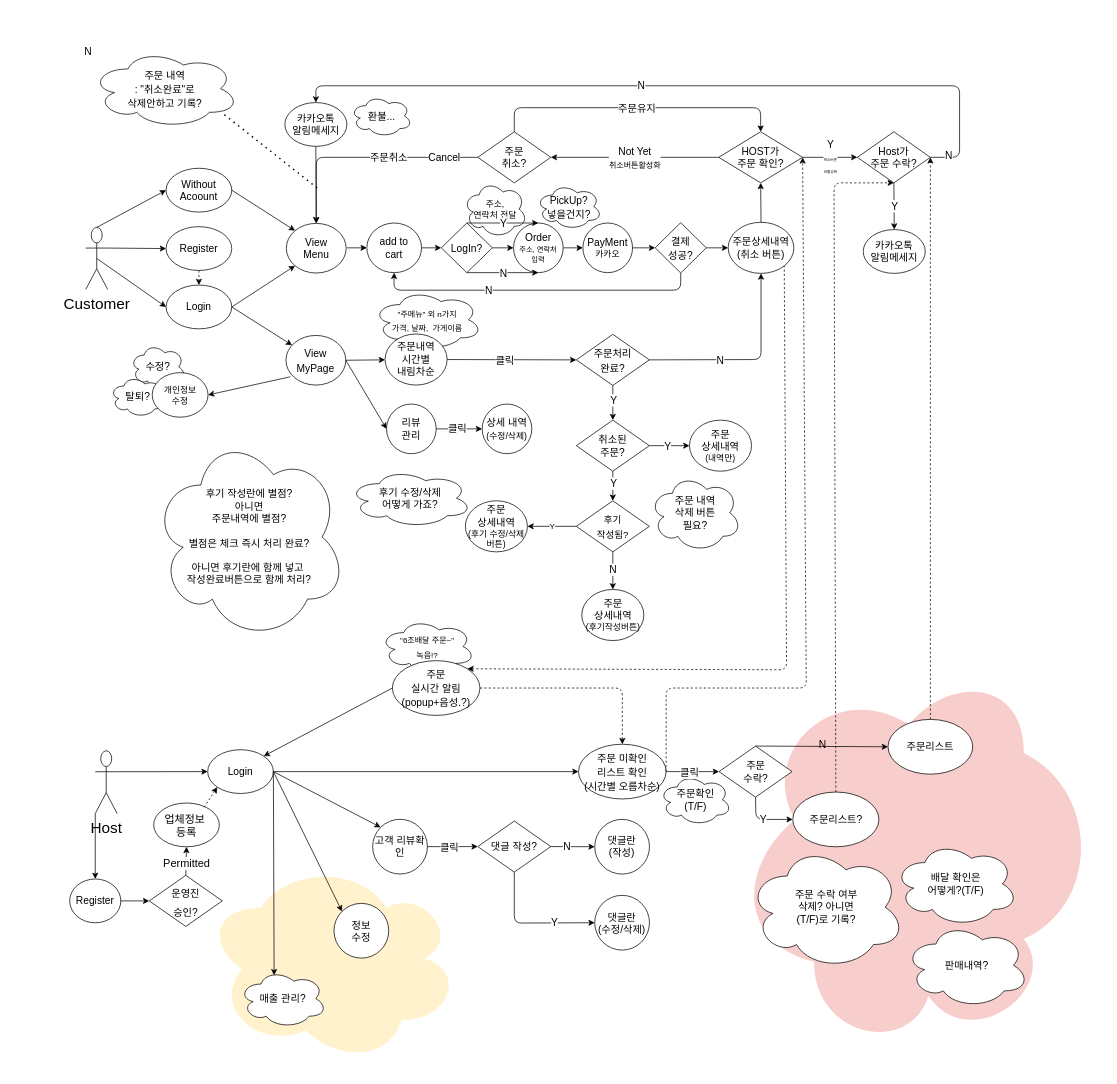
devjean1115/TestGit keeps this draw.io diagram as Untitled Diagram.drawio. Above is the earlier version. Source tidied: cells renumbered, new cells numbered last; positions are measured from the earlier drawing's top-left corner, leaving out a move shared by most shapes. Both pictures are drawn from the tidied source at 73%, with x=0, y=0 at pixel (69, 49).
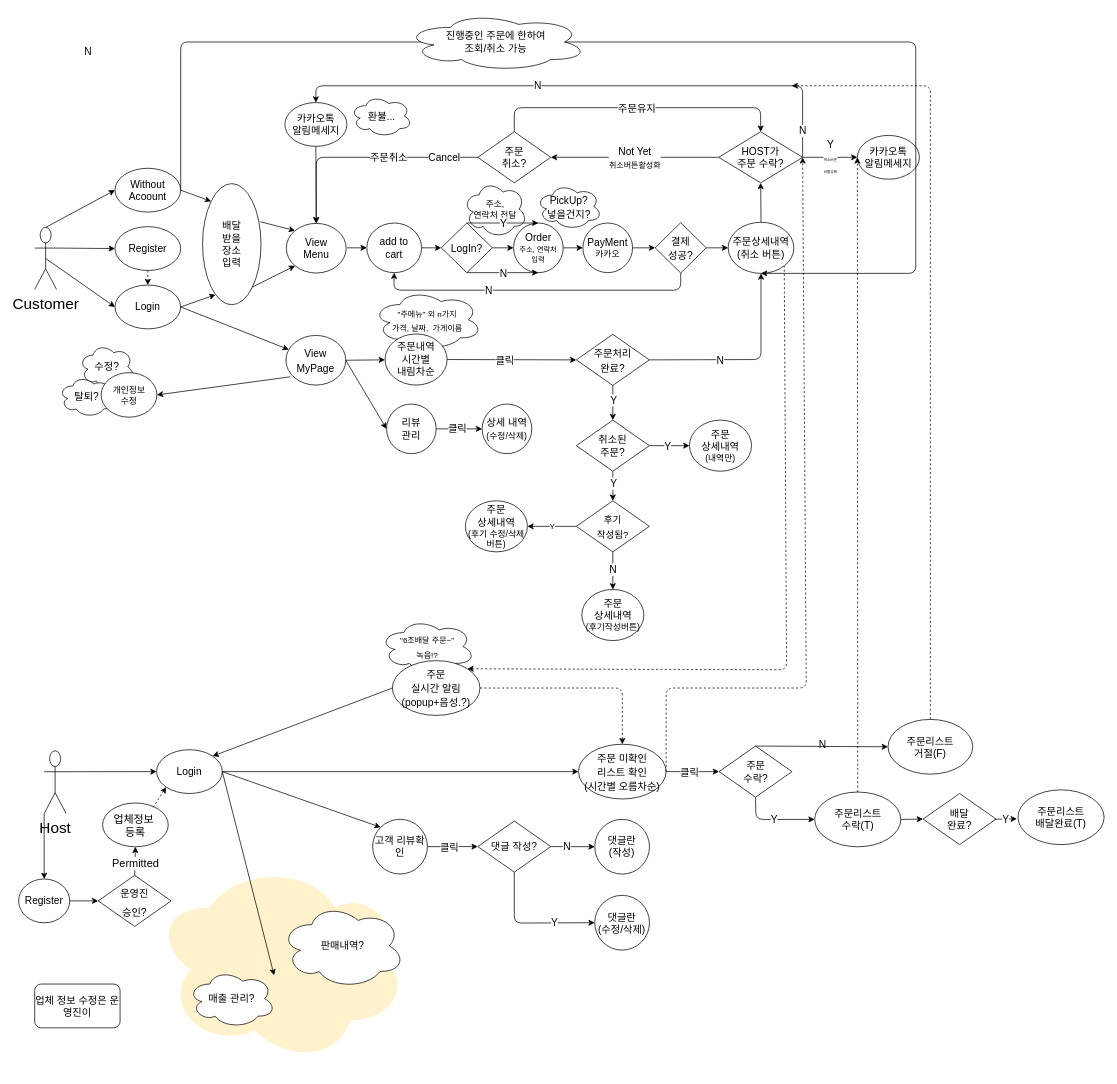
The same diagram, later.

The change refers to these unchanged cells:
```xml
<mxCell id="13" value="&lt;font style=&quot;font-size: 14px&quot;&gt;View&lt;br&gt;Menu&lt;/font&gt;" style="ellipse;whiteSpace=wrap;html=1;" parent="1" vertex="1">
  <mxGeometry x="296.7" y="238.5" width="82" height="68" as="geometry" />
</mxCell>
<mxCell id="26" value="&lt;font style=&quot;font-size: 14px&quot;&gt;주문상세내역&lt;br&gt;(취소 버튼)&lt;/font&gt;" style="ellipse;whiteSpace=wrap;html=1;" parent="1" vertex="1">
  <mxGeometry x="902" y="237" width="90" height="70" as="geometry" />
</mxCell>
<mxCell id="57" value="&lt;font style=&quot;font-size: 14px&quot;&gt;카카오톡 &lt;br&gt;알림메세지&lt;/font&gt;" style="ellipse;whiteSpace=wrap;html=1;" parent="1" vertex="1">
  <mxGeometry x="294.7" y="73" width="85" height="60" as="geometry" />
</mxCell>
```

Change to the diagram source:
```diff
@@
     <mxCell id="2" style="ellipse;shape=cloud;whiteSpace=wrap;html=1;labelBackgroundColor=none;fontSize=14;direction=west;fillColor=#fff2cc;strokeColor=none;" parent="1" vertex="1">
-      <mxGeometry x="192" y="1120" width="350" height="280" as="geometry" />
+      <mxGeometry x="122" y="1120" width="350" height="280" as="geometry" />
     </mxCell>
-    <mxCell id="3" style="ellipse;shape=cloud;whiteSpace=wrap;html=1;fontSize=14;fillColor=#f8cecc;strokeColor=none;direction=north;" parent="1" vertex="1">
-      <mxGeometry x="889" y="860" width="522.5" height="520" as="geometry" />
-    </mxCell>
-    <mxCell id="4" value="주문 수락 여부&lt;br&gt;삭제? 아니면&lt;br&gt;(T/F)로 기록?" style="ellipse;shape=cloud;whiteSpace=wrap;html=1;fontSize=14;" parent="1" vertex="1">
-      <mxGeometry x="929" y="1090" width="215" height="170.5" as="geometry" />
-    </mxCell>
-    <mxCell id="5" value="주문확인&lt;br&gt;(T/F)" style="ellipse;shape=cloud;whiteSpace=wrap;html=1;fontSize=14;" parent="1" vertex="1">
-      <mxGeometry x="807.5" y="993" width="99" height="70" as="geometry" />
-    </mxCell>
@@
-    <mxCell id="8" value="배달 확인은&lt;br&gt;어떻게?(T/F)" style="ellipse;shape=cloud;whiteSpace=wrap;html=1;fontSize=14;" parent="1" vertex="1">
-      <mxGeometry x="1129" y="1085" width="170" height="116.6" as="geometry" />
-    </mxCell>
-    <mxCell id="9" value="후기 작성란에 별점?&lt;br&gt;아니면&lt;br&gt;&amp;nbsp;주문내역에&amp;nbsp;별점?&amp;nbsp;&lt;br&gt;&lt;br&gt;별점은 체크 즉시 처리 완료?&lt;br&gt;&lt;br&gt;아니면 후기란에 함께 넣고&amp;nbsp;&lt;br&gt;작성완료버튼으로 함께 처리?" style="ellipse;shape=cloud;whiteSpace=wrap;html=1;fontSize=14;" parent="1" vertex="1">
-      <mxGeometry x="113" y="526" width="266" height="284" as="geometry" />
-    </mxCell>
     <mxCell id="10" value="&lt;font style=&quot;font-size: 14px&quot;&gt;수정?&lt;/font&gt;" style="ellipse;shape=cloud;whiteSpace=wrap;html=1;fontSize=10;" parent="1" vertex="1">
-      <mxGeometry x="82.8" y="403" width="76.2" height="64" as="geometry" />
+      <mxGeometry x="12.8" y="403" width="76.2" height="64" as="geometry" />
     </mxCell>
     <mxCell id="11" value="&lt;font style=&quot;font-size: 14px&quot;&gt;탈퇴?&lt;/font&gt;" style="ellipse;shape=cloud;whiteSpace=wrap;html=1;fontSize=10;" parent="1" vertex="1">
-      <mxGeometry x="55" y="447" width="77" height="57" as="geometry" />
+      <mxGeometry x="-15" y="447" width="77" height="57" as="geometry" />
     </mxCell>
@@
     <mxCell id="14" value="&lt;font style=&quot;font-size: 21px&quot;&gt;Customer&lt;/font&gt;" style="shape=umlActor;verticalLabelPosition=bottom;verticalAlign=top;html=1;outlineConnect=0;" parent="1" vertex="1">
-      <mxGeometry x="22" y="244" width="30" height="85" as="geometry" />
+      <mxGeometry x="-48" y="244" width="30" height="85" as="geometry" />
     </mxCell>
     <mxCell id="15" value="&lt;font style=&quot;font-size: 14px&quot;&gt;Register&lt;/font&gt;" style="ellipse;whiteSpace=wrap;html=1;" parent="1" vertex="1">
-      <mxGeometry x="132" y="243" width="90" height="60" as="geometry" />
+      <mxGeometry x="62" y="243" width="90" height="60" as="geometry" />
     </mxCell>
     <mxCell id="16" value="&lt;font style=&quot;font-size: 14px&quot;&gt;Login&lt;/font&gt;" style="ellipse;whiteSpace=wrap;html=1;" parent="1" vertex="1">
-      <mxGeometry x="132" y="323" width="90" height="60" as="geometry" />
+      <mxGeometry x="62" y="323" width="90" height="60" as="geometry" />
     </mxCell>
@@
-    <mxCell id="20" style="endArrow=classic;html=1;entryX=0;entryY=1;entryDx=0;entryDy=0;" parent="1" edge="1" target="13">
-      <mxGeometry relative="1" as="geometry">
-        <mxPoint x="222" y="353" as="sourcePoint" />
-      </mxGeometry>
-    </mxCell>
     <mxCell id="21" value="&lt;font style=&quot;font-size: 14px&quot;&gt;Without&lt;br&gt;Acoount&lt;/font&gt;" style="ellipse;whiteSpace=wrap;html=1;" parent="1" vertex="1">
-      <mxGeometry x="132" y="163" width="90" height="60" as="geometry" />
+      <mxGeometry x="62" y="163" width="90" height="60" as="geometry" />
     </mxCell>
@@
-    <mxCell id="23" style="endArrow=classic;html=1;exitX=1;exitY=0.5;exitDx=0;exitDy=0;entryX=0;entryY=0;entryDx=0;entryDy=0;" parent="1" edge="1" source="21" target="13">
+    <mxCell id="23" style="endArrow=classic;html=1;exitX=1;exitY=0.5;exitDx=0;exitDy=0;entryX=0;entryY=1;entryDx=0;entryDy=0;" parent="1" edge="1" source="21" target="148">
       <mxGeometry relative="1" as="geometry" />
     </mxCell>
@@
-    <mxCell id="27" value="&lt;font style=&quot;font-size: 14px&quot;&gt;HOST가&lt;br&gt;주문 확인?&lt;/font&gt;" style="rhombus;whiteSpace=wrap;html=1;" parent="1" vertex="1">
+    <mxCell id="27" value="&lt;font style=&quot;font-size: 14px&quot;&gt;HOST가&lt;br&gt;주문 수락?&lt;/font&gt;" style="rhombus;whiteSpace=wrap;html=1;" parent="1" vertex="1">
       <mxGeometry x="889" y="113" width="115" height="70" as="geometry" />
     </mxCell>
@@
     <mxCell id="33" value="Host&lt;br&gt;" style="shape=umlActor;verticalLabelPosition=bottom;verticalAlign=top;html=1;outlineConnect=0;fontSize=21;" parent="1" vertex="1">
-      <mxGeometry x="35" y="961" width="30" height="86" as="geometry" />
+      <mxGeometry x="-35" y="961" width="30" height="86" as="geometry" />
     </mxCell>
     <mxCell id="34" value="&lt;font style=&quot;font-size: 14px&quot;&gt;Register&lt;/font&gt;" style="ellipse;whiteSpace=wrap;html=1;" parent="1" vertex="1">
-      <mxGeometry y="1136.6" width="70" height="60" as="geometry" />
+      <mxGeometry x="-70" y="1136.6" width="70" height="60" as="geometry" />
     </mxCell>
     <mxCell id="35" value="&lt;font style=&quot;font-size: 14px&quot;&gt;Login&lt;/font&gt;" style="ellipse;whiteSpace=wrap;html=1;" parent="1" vertex="1">
-      <mxGeometry x="189" y="959.5" width="90" height="60" as="geometry" />
+      <mxGeometry x="119" y="959.5" width="90" height="60" as="geometry" />
     </mxCell>
@@
     <mxCell id="37" value="&lt;font style=&quot;font-size: 14px ; line-height: 120%&quot;&gt;운영진&lt;br&gt;승인?&lt;/font&gt;" style="rhombus;whiteSpace=wrap;html=1;fontSize=21;" parent="1" vertex="1">
-      <mxGeometry x="109" y="1131.6" width="100" height="70" as="geometry" />
+      <mxGeometry x="39" y="1131.6" width="100" height="70" as="geometry" />
     </mxCell>
@@
     <mxCell id="41" value="업체정보&amp;nbsp;&lt;br&gt;등록" style="ellipse;whiteSpace=wrap;html=1;fontSize=15;" parent="1" vertex="1">
-      <mxGeometry x="115" y="1032.5" width="90" height="60" as="geometry" />
+      <mxGeometry x="45" y="1032.5" width="90" height="60" as="geometry" />
     </mxCell>
@@
-    <mxCell id="46" value="&lt;font style=&quot;font-size: 14px&quot;&gt;Y&lt;/font&gt;&lt;br&gt;&lt;font style=&quot;font-size: 5px&quot;&gt;&lt;font style=&quot;font-size: 5px&quot;&gt;취소버튼 &lt;br&gt;비활성화&lt;/font&gt;&lt;/font&gt;" style="endArrow=classic;html=1;fontSize=14;exitX=1;exitY=0.5;exitDx=0;exitDy=0;entryX=0;entryY=0.5;entryDx=0;entryDy=0;" parent="1" edge="1" source="27" target="47">
-      <mxGeometry relative="1" as="geometry" />
+    <mxCell id="46" value="&lt;font style=&quot;font-size: 14px&quot;&gt;Y&lt;/font&gt;&lt;br&gt;&lt;font style=&quot;font-size: 5px&quot;&gt;&lt;font style=&quot;font-size: 5px&quot;&gt;취소버튼 &lt;br&gt;비활성화&lt;/font&gt;&lt;/font&gt;" style="endArrow=classic;html=1;fontSize=14;exitX=1;exitY=0.5;exitDx=0;exitDy=0;entryX=0;entryY=0.5;entryDx=0;entryDy=0;" parent="1" edge="1" source="27">
+      <mxGeometry relative="1" as="geometry">
+        <mxPoint x="1079" y="148" as="targetPoint" />
+      </mxGeometry>
     </mxCell>
-    <mxCell id="47" value="&lt;font style=&quot;font-size: 14px&quot;&gt;Host가&lt;br&gt;주문 수락?&lt;/font&gt;" style="rhombus;whiteSpace=wrap;html=1;" parent="1" vertex="1">
-      <mxGeometry x="1079" y="113" width="100" height="70" as="geometry" />
-    </mxCell>
@@
-    <mxCell id="50" style="endArrow=classic;html=1;fontSize=14;exitX=0.5;exitY=1;exitDx=0;exitDy=0;" parent="1" edge="1" source="47" target="52">
-      <mxGeometry relative="1" as="geometry" />
-    </mxCell>
-    <mxCell id="51" value="Y" style="edgeLabel;html=1;align=center;verticalAlign=middle;fontSize=14;" parent="50" vertex="1">
-      <mxGeometry relative="1" as="geometry" />
-    </mxCell>
     <mxCell id="52" value="&lt;font style=&quot;font-size: 14px&quot;&gt;카카오톡 &lt;br&gt;알림메세지&lt;/font&gt;" style="ellipse;whiteSpace=wrap;html=1;" parent="1" vertex="1">
-      <mxGeometry x="1087" y="247" width="85" height="60" as="geometry" />
+      <mxGeometry x="1079" y="118" width="85" height="60" as="geometry" />
     </mxCell>
-    <mxCell id="53" style="endArrow=classic;html=1;fontSize=14;edgeStyle=orthogonalEdgeStyle;entryX=0.5;entryY=0;entryDx=0;entryDy=0;exitX=1;exitY=0.5;exitDx=0;exitDy=0;" parent="1" edge="1" source="47" target="57">
+    <mxCell id="53" style="endArrow=classic;html=1;fontSize=14;edgeStyle=orthogonalEdgeStyle;entryX=0.5;entryY=0;entryDx=0;entryDy=0;exitX=1;exitY=0.5;exitDx=0;exitDy=0;" parent="1" edge="1" source="27" target="57">
       <mxGeometry relative="1" as="geometry">
         <Array as="points">
-          <mxPoint x="1219" y="50" />
+          <mxPoint x="1004" y="50" />
           <mxPoint x="337" y="50" />
         </Array>
       </mxGeometry>
     </mxCell>
@@
     <mxCell id="55" value="N" style="edgeLabel;html=1;align=center;verticalAlign=middle;fontSize=14;" parent="53" vertex="1">
       <mxGeometry x="-0.92" y="9" relative="1" as="geometry">
-        <mxPoint x="-7" y="-1" as="offset" />
+        <mxPoint x="8" y="-4.4" as="offset" />
       </mxGeometry>
     </mxCell>
@@
-    <mxCell id="85" value="&lt;span style=&quot;font-size: 14px&quot;&gt;주문 내역 &lt;br&gt;: &quot;취소완료&quot;로&lt;br&gt;삭제안하고 기록?&lt;br&gt;&lt;/span&gt;" style="ellipse;shape=cloud;whiteSpace=wrap;html=1;fontSize=16;" parent="1" vertex="1">
-      <mxGeometry x="29" width="203" height="108" as="geometry" />
-    </mxCell>
-    <mxCell id="86" style="endArrow=none;dashed=1;html=1;dashPattern=1 3;strokeWidth=2;fontSize=16;entryX=0.882;entryY=0.802;entryDx=0;entryDy=0;entryPerimeter=0;" parent="1" edge="1" target="85">
-      <mxGeometry relative="1" as="geometry">
-        <mxPoint x="339" y="190" as="sourcePoint" />
-      </mxGeometry>
-    </mxCell>
@@
     <mxCell id="95" value="개인정보&lt;br&gt;수정" style="ellipse;whiteSpace=wrap;html=1;" parent="1" vertex="1">
-      <mxGeometry x="113" y="443" width="76.5" height="61" as="geometry" />
+      <mxGeometry x="43" y="443" width="76.5" height="61" as="geometry" />
     </mxCell>
@@
-    <mxCell id="107" value="주문 내역 &lt;br&gt;삭제 버튼&lt;br&gt;필요?" style="ellipse;shape=cloud;whiteSpace=wrap;html=1;fontSize=14;" parent="1" vertex="1">
-      <mxGeometry x="794" y="581.5" width="126" height="107" as="geometry" />
-    </mxCell>
@@
-    <mxCell id="113" value="후기 수정/삭제&lt;br&gt;어떻게 가죠?" style="ellipse;shape=cloud;whiteSpace=wrap;html=1;fontSize=14;" parent="1" vertex="1">
-      <mxGeometry x="382" y="575" width="169" height="80" as="geometry" />
-    </mxCell>
@@
-    <mxCell id="122" style="endArrow=classic;html=1;fontSize=16;exitX=1;exitY=0.5;exitDx=0;exitDy=0;entryX=0.4;entryY=0.1;entryDx=0;entryDy=0;entryPerimeter=0;" parent="1" edge="1" source="35" target="125">
-      <mxGeometry relative="1" as="geometry" />
+    <mxCell id="122" style="endArrow=classic;html=1;fontSize=16;exitX=1;exitY=0.5;exitDx=0;exitDy=0;entryX=0.4;entryY=0.1;entryDx=0;entryDy=0;entryPerimeter=0;" parent="1" edge="1" source="35">
+      <mxGeometry relative="1" as="geometry">
+        <mxPoint x="280" y="1268.5" as="targetPoint" />
+      </mxGeometry>
     </mxCell>
-    <mxCell id="123" value="정보&lt;br&gt;수정" style="ellipse;whiteSpace=wrap;html=1;fontSize=14;" parent="1" vertex="1">
-      <mxGeometry x="362" y="1170" width="75" height="75" as="geometry" />
-    </mxCell>
-    <mxCell id="124" style="endArrow=classic;html=1;fontSize=14;entryX=0;entryY=0;entryDx=0;entryDy=0;exitX=1;exitY=0.5;exitDx=0;exitDy=0;" parent="1" edge="1" source="35" target="123">
-      <mxGeometry relative="1" as="geometry" />
-    </mxCell>
     <mxCell id="125" value="매출 관리?" style="ellipse;shape=cloud;whiteSpace=wrap;html=1;fontSize=14;" parent="1" vertex="1">
-      <mxGeometry x="232" y="1260.5" width="120" height="80" as="geometry" />
+      <mxGeometry x="162" y="1260.5" width="120" height="80" as="geometry" />
     </mxCell>
@@
-    <mxCell id="134" style="endArrow=classic;html=1;dashed=1;exitX=0.5;exitY=0;exitDx=0;exitDy=0;entryX=1;entryY=0.5;entryDx=0;entryDy=0;" parent="1" edge="1" source="139" target="47">
-      <mxGeometry relative="1" as="geometry" />
-    </mxCell>
@@
-    <mxCell id="138" value="주문리스트?" style="ellipse;whiteSpace=wrap;html=1;fontSize=14;" parent="1" vertex="1">
-      <mxGeometry x="990.5" y="1017.5" width="118" height="75" as="geometry" />
+    <mxCell id="138" value="주문리스트&lt;br&gt;수락(T)" style="ellipse;whiteSpace=wrap;html=1;fontSize=14;" parent="1" vertex="1">
+      <mxGeometry x="1020.5" y="1017.5" width="118" height="75" as="geometry" />
     </mxCell>
-    <mxCell id="139" value="주문리스트" style="ellipse;whiteSpace=wrap;html=1;fontSize=14;" parent="1" vertex="1">
+    <mxCell id="139" value="주문리스트&lt;br&gt;거절(F)" style="ellipse;whiteSpace=wrap;html=1;fontSize=14;" parent="1" vertex="1">
       <mxGeometry x="1121" y="918" width="116" height="75" as="geometry" />
     </mxCell>
     <mxCell id="140" value="판매내역?" style="ellipse;shape=cloud;whiteSpace=wrap;html=1;fontSize=14;" parent="1" vertex="1">
-      <mxGeometry x="1144" y="1196.6" width="170" height="116.6" as="geometry" />
+      <mxGeometry x="289" y="1170" width="170" height="116.6" as="geometry" />
     </mxCell>
-    <mxCell id="141" style="endArrow=classic;html=1;fontSize=16;dashed=1;exitX=0.5;exitY=0;exitDx=0;exitDy=0;entryX=0.5;entryY=1;entryDx=0;entryDy=0;" parent="1" edge="1" source="138" target="47">
-      <mxGeometry relative="1" as="geometry">
-        <Array as="points">
-          <mxPoint x="1047" y="183" />
-        </Array>
-      </mxGeometry>
+    <mxCell id="141" style="endArrow=classic;html=1;fontSize=16;dashed=1;exitX=0.5;exitY=0;exitDx=0;exitDy=0;entryX=0;entryY=0.5;entryDx=0;entryDy=0;" parent="1" edge="1" source="138" target="52">
+      <mxGeometry relative="1" as="geometry" />
     </mxCell>
@@
+    <mxCell id="143" style="endArrow=classic;html=1;fontSize=16;exitX=1;exitY=0.5;exitDx=0;exitDy=0;entryX=0;entryY=0.5;entryDx=0;entryDy=0;" parent="1" edge="1" target="144">
+      <mxGeometry relative="1" as="geometry">
+        <mxPoint x="1138.5" y="1055" as="sourcePoint" />
+      </mxGeometry>
+    </mxCell>
+    <mxCell id="144" value="&lt;span style=&quot;font-size: 14px&quot;&gt;배달&lt;br&gt;완료?&lt;br&gt;&lt;/span&gt;" style="rhombus;whiteSpace=wrap;html=1;" parent="1" vertex="1">
+      <mxGeometry x="1169" y="1019.5" width="100" height="70" as="geometry" />
+    </mxCell>
+    <mxCell id="145" value="주문리스트&lt;br&gt;배달완료(T)" style="ellipse;whiteSpace=wrap;html=1;fontSize=14;" parent="1" vertex="1">
+      <mxGeometry x="1299" y="1014.5" width="118" height="75" as="geometry" />
+    </mxCell>
+    <mxCell id="51" value="Y" style="endArrow=classic;html=1;fontSize=14;exitX=1;exitY=0.5;exitDx=0;exitDy=0;entryX=0;entryY=0.5;entryDx=0;entryDy=0;" parent="1" edge="1">
+      <mxGeometry relative="1" as="geometry">
+        <mxPoint x="1267" y="1054.8" as="sourcePoint" />
+        <mxPoint x="1297.5" y="1054.2" as="targetPoint" />
+      </mxGeometry>
+    </mxCell>
+    <mxCell id="146" style="endArrow=classic;html=1;fontSize=16;exitX=1;exitY=0.5;exitDx=0;exitDy=0;entryX=0.5;entryY=1;entryDx=0;entryDy=0;" parent="1" edge="1" source="21" target="26">
+      <mxGeometry relative="1" as="geometry">
+        <Array as="points">
+          <mxPoint x="152" y="-10" />
+          <mxPoint x="1159" y="-10" />
+          <mxPoint x="1159" y="307" />
+        </Array>
+      </mxGeometry>
+    </mxCell>
+    <mxCell id="147" value="진행중인 주문에 한하여&lt;br&gt;조회/취소 가능" style="ellipse;shape=cloud;whiteSpace=wrap;html=1;fontSize=14;" parent="1" vertex="1">
+      <mxGeometry x="459" y="-50" width="250" height="80" as="geometry" />
+    </mxCell>
+    <mxCell id="134" style="endArrow=classic;html=1;dashed=1;endFill=1;exitX=0.5;exitY=0;exitDx=0;exitDy=0;" parent="1" edge="1" source="139">
+      <mxGeometry relative="1" as="geometry">
+        <mxPoint x="989" y="50" as="targetPoint" />
+        <Array as="points">
+          <mxPoint x="1179" y="50" />
+        </Array>
+      </mxGeometry>
+    </mxCell>
+    <mxCell id="148" value="배달&lt;br&gt;받을&lt;br&gt;장소&lt;br&gt;입력" style="ellipse;whiteSpace=wrap;html=1;fontSize=14;direction=south;" parent="1" vertex="1">
+      <mxGeometry x="182" y="184" width="80" height="166" as="geometry" />
+    </mxCell>
+    <mxCell id="149" style="endArrow=classic;html=1;exitX=0.315;exitY=0.011;exitDx=0;exitDy=0;entryX=0;entryY=0;entryDx=0;entryDy=0;exitPerimeter=0;" parent="1" edge="1" source="148" target="13">
+      <mxGeometry relative="1" as="geometry" />
+    </mxCell>
+    <mxCell id="20" style="endArrow=classic;html=1;entryX=0.917;entryY=0.779;entryDx=0;entryDy=0;entryPerimeter=0;" parent="1" edge="1" target="148">
+      <mxGeometry relative="1" as="geometry">
+        <mxPoint x="152" y="353" as="sourcePoint" />
+      </mxGeometry>
+    </mxCell>
+    <mxCell id="150" style="endArrow=classic;html=1;entryX=0;entryY=1;entryDx=0;entryDy=0;exitX=1;exitY=0;exitDx=0;exitDy=0;" parent="1" edge="1" source="148" target="13">
+      <mxGeometry relative="1" as="geometry" />
+    </mxCell>
+    <mxCell id="151" value="업체 정보 수정은 운영진이" style="rounded=1;whiteSpace=wrap;html=1;fontSize=14;" parent="1" vertex="1">
+      <mxGeometry x="-48" y="1280.5" width="117" height="60" as="geometry" />
+    </mxCell>
```
